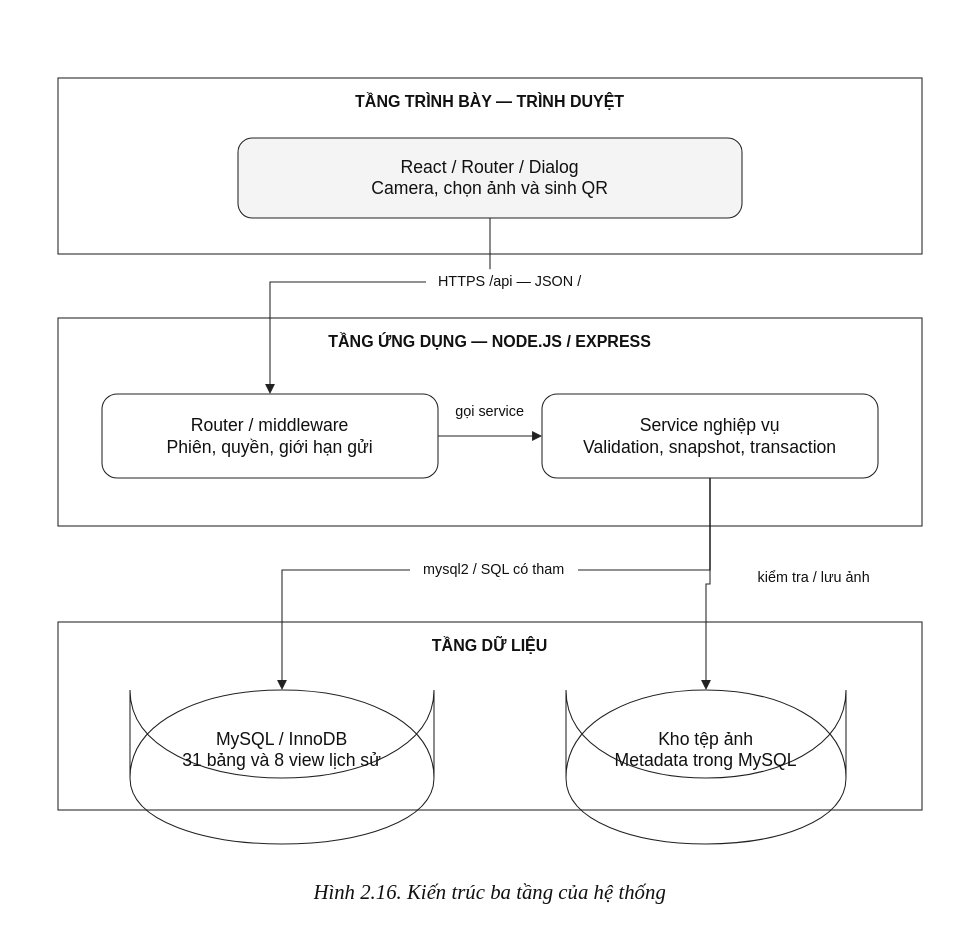
Before: docs/so-do-theo-mau-2026-11-17/drawio/02-16-kien-truc.drawio in tunato2807-del/chung-cu-starter, a draw.io diagram. Source tidied: cells renumbered, new cells numbered last; positions are measured from the earlier drawing's top-left corner, leaving out a move shared by most shapes. Both pictures are drawn from the tidied source at 80%, with x=0, y=0 at pixel (14, 14).
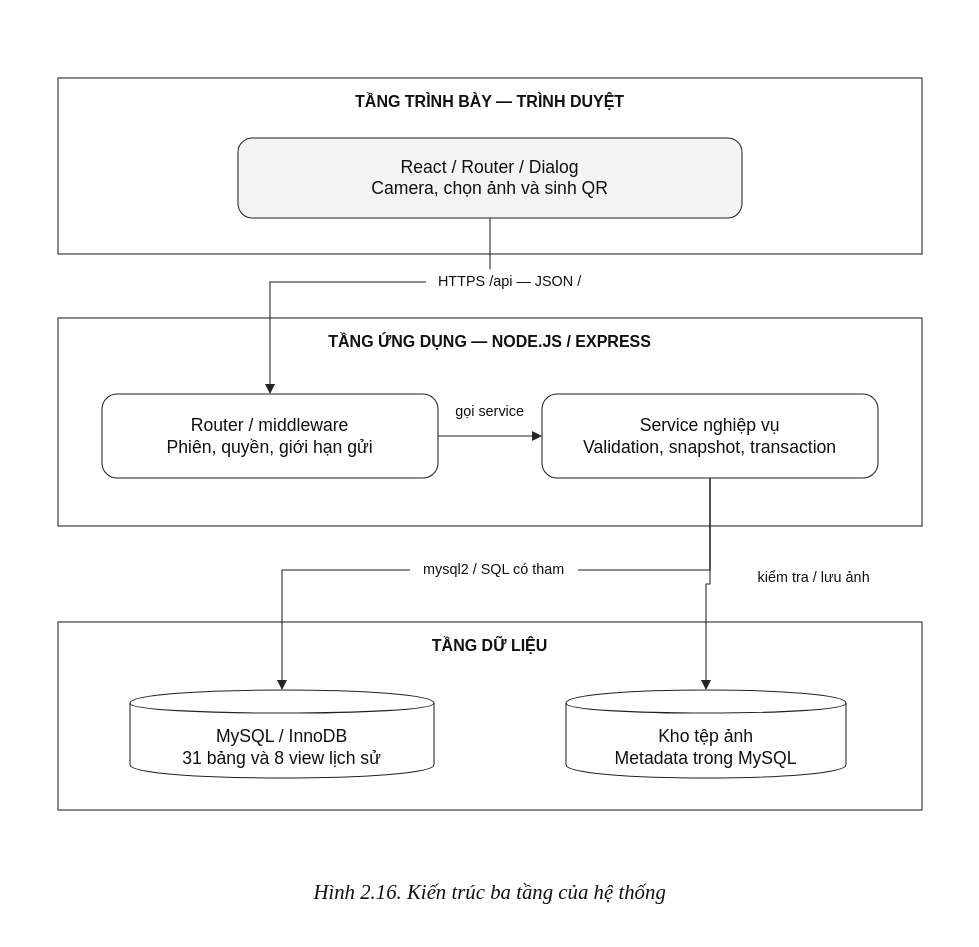
After the change.

Change to the diagram source:
```diff
@@
-    <mxCell id="12" value="MySQL / InnoDB&lt;br&gt;31 bảng và 8 view lịch sử" style="html=1;whiteSpace=wrap;overflow=hidden;fontFamily=Arial;fontSize=22;fontStyle=0;fontColor=#111111;strokeColor=#222222;strokeWidth=1.3;fillColor=#ffffff;align=center;verticalAlign=middle;spacing=5;shape=cylinder;size=12;boundedLbl=1;" parent="1" vertex="1">
+    <mxCell id="12" value="MySQL / InnoDB&lt;br&gt;31 bảng và 8 view lịch sử" style="html=1;whiteSpace=wrap;overflow=hidden;fontFamily=Arial;fontSize=22;fontStyle=0;fontColor=#111111;strokeColor=#222222;strokeWidth=1.3;fillColor=#ffffff;align=center;verticalAlign=middle;spacing=5;shape=cylinder;size=0.15;boundedLbl=1;" parent="1" vertex="1">
       <mxGeometry x="145" y="845" width="380" height="110" as="geometry" />
     </mxCell>
-    <mxCell id="13" value="Kho tệp ảnh&lt;br&gt;Metadata trong MySQL" style="html=1;whiteSpace=wrap;overflow=hidden;fontFamily=Arial;fontSize=22;fontStyle=0;fontColor=#111111;strokeColor=#222222;strokeWidth=1.3;fillColor=#ffffff;align=center;verticalAlign=middle;spacing=5;shape=cylinder;size=12;boundedLbl=1;" parent="1" vertex="1">
+    <mxCell id="13" value="Kho tệp ảnh&lt;br&gt;Metadata trong MySQL" style="html=1;whiteSpace=wrap;overflow=hidden;fontFamily=Arial;fontSize=22;fontStyle=0;fontColor=#111111;strokeColor=#222222;strokeWidth=1.3;fillColor=#ffffff;align=center;verticalAlign=middle;spacing=5;shape=cylinder;size=0.15;boundedLbl=1;" parent="1" vertex="1">
       <mxGeometry x="690" y="845" width="350" height="110" as="geometry" />
     </mxCell>
```
